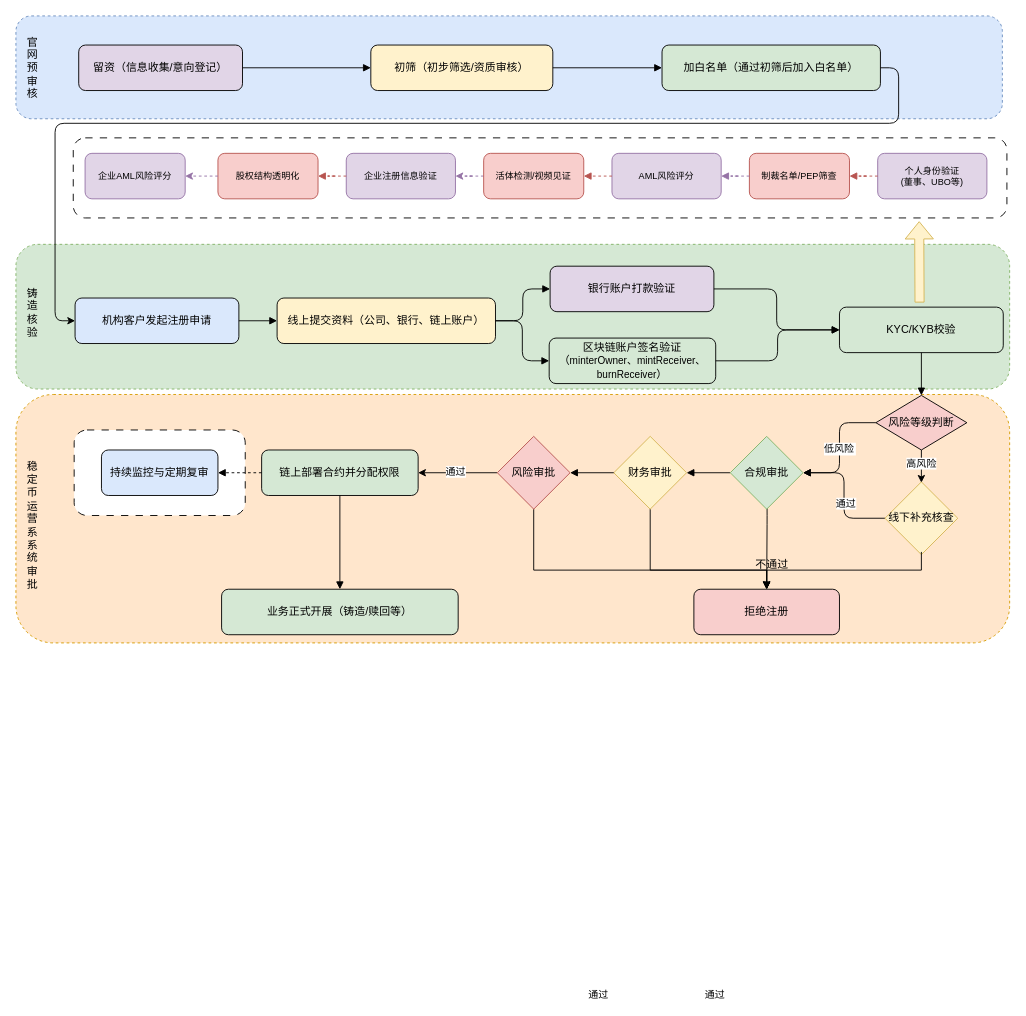
Above: sc.drawio in mingzhenliu/doc (draw.io), before the change. Source tidied: cells renumbered, new cells numbered last; positions are measured from the earlier drawing's top-left corner, leaving out a move shared by most shapes. Both pictures are drawn from the tidied source at 91%, with x=0, y=0 at pixel (15, 15).
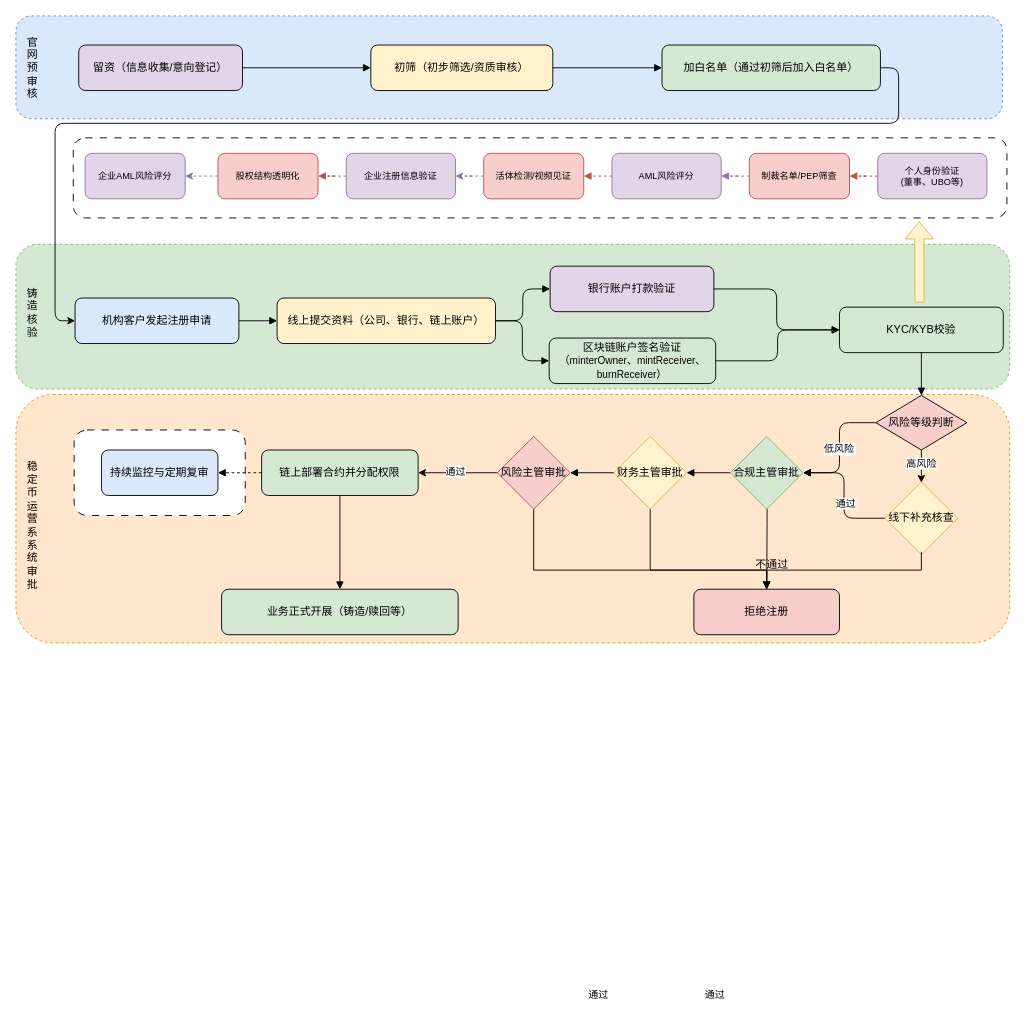
The same diagram, later.

What changed in the source:
```diff
@@
-    <mxCell id="37" value="财务审批" style="rhombus;whiteSpace=wrap;html=1;fillColor=#fff2cc;strokeColor=#d6b656;" parent="1" vertex="1">
+    <mxCell id="37" value="财务主管审批" style="rhombus;whiteSpace=wrap;html=1;fillColor=#fff2cc;strokeColor=#d6b656;" parent="1" vertex="1">
       <mxGeometry x="657" y="462" width="80" height="80" as="geometry" />
     </mxCell>
-    <mxCell id="38" value="合规审批" style="rhombus;whiteSpace=wrap;html=1;fillColor=#d5e8d4;strokeColor=#82b366;" parent="1" vertex="1">
+    <mxCell id="38" value="合规主管审批" style="rhombus;whiteSpace=wrap;html=1;fillColor=#d5e8d4;strokeColor=#82b366;" parent="1" vertex="1">
       <mxGeometry x="785" y="462" width="80" height="80" as="geometry" />
     </mxCell>
@@
-    <mxCell id="42" value="风险审批" style="rhombus;whiteSpace=wrap;html=1;fillColor=#f8cecc;strokeColor=#b85450;" parent="1" vertex="1">
+    <mxCell id="42" value="风险主管审批" style="rhombus;whiteSpace=wrap;html=1;fillColor=#f8cecc;strokeColor=#b85450;" parent="1" vertex="1">
       <mxGeometry x="529" y="462" width="80" height="80" as="geometry" />
     </mxCell>
```
